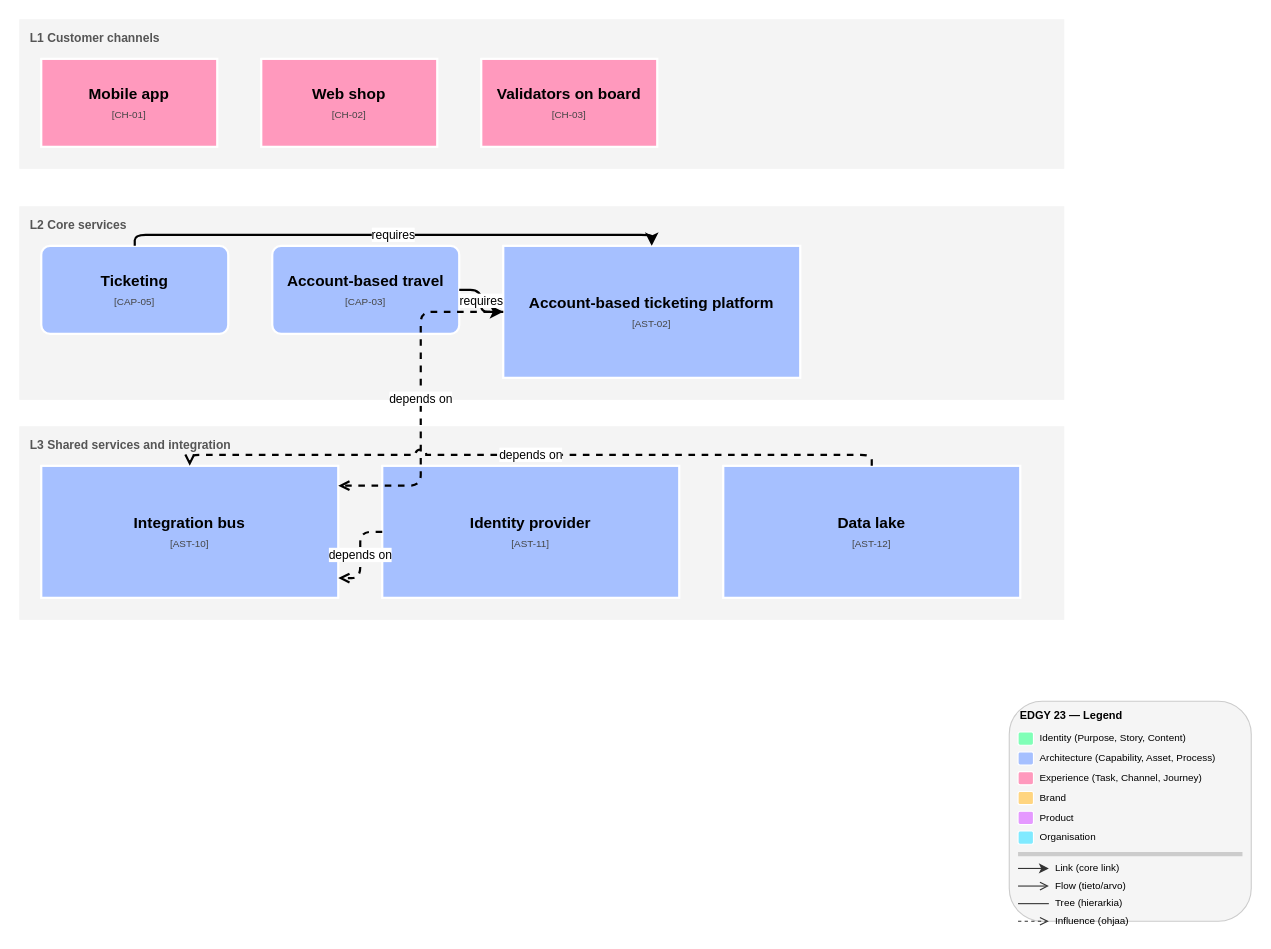
Earlier version of the draw.io diagram skills/documentation/edgy-diagram/examples/expected-lanes.drawio (Rahola/edgy-skills). Source tidied: cells renumbered, new cells numbered last; positions are measured from the earlier drawing's top-left corner, leaving out a move shared by most shapes. Both pictures are drawn from the tidied source at 110%, with x=0, y=0 at pixel (19, 19).
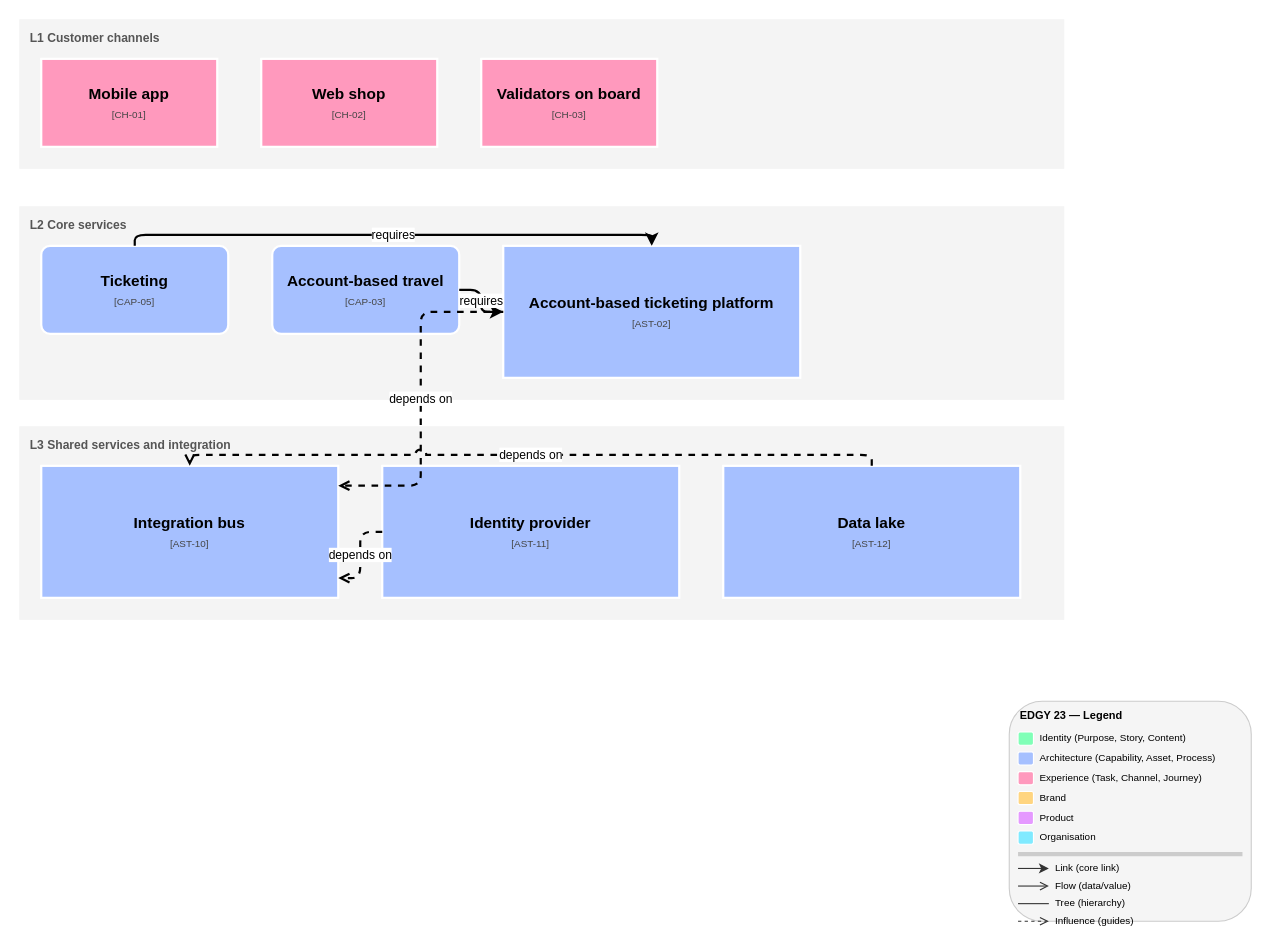
The same page after the edit.

Diff of the diagram source:
```diff
@@
-    <mxCell id="37" value="Flow (tieto/arvo)" style="text;html=1;align=left;verticalAlign=middle;strokeColor=none;fillColor=none;fontSize=9;" parent="1" vertex="1">
+    <mxCell id="37" value="Flow (data/value)" style="text;html=1;align=left;verticalAlign=middle;strokeColor=none;fillColor=none;fontSize=9;" parent="1" vertex="1">
       <mxGeometry x="940" y="780" width="172" height="16" as="geometry" />
     </mxCell>
@@
-    <mxCell id="39" value="Tree (hierarkia)" style="text;html=1;align=left;verticalAlign=middle;strokeColor=none;fillColor=none;fontSize=9;" parent="1" vertex="1">
+    <mxCell id="39" value="Tree (hierarchy)" style="text;html=1;align=left;verticalAlign=middle;strokeColor=none;fillColor=none;fontSize=9;" parent="1" vertex="1">
       <mxGeometry x="940" y="796" width="172" height="16" as="geometry" />
     </mxCell>
@@
-    <mxCell id="41" value="Influence (ohjaa)" style="text;html=1;align=left;verticalAlign=middle;strokeColor=none;fillColor=none;fontSize=9;" parent="1" vertex="1">
+    <mxCell id="41" value="Influence (guides)" style="text;html=1;align=left;verticalAlign=middle;strokeColor=none;fillColor=none;fontSize=9;" parent="1" vertex="1">
       <mxGeometry x="940" y="812" width="172" height="16" as="geometry" />
     </mxCell>
```
